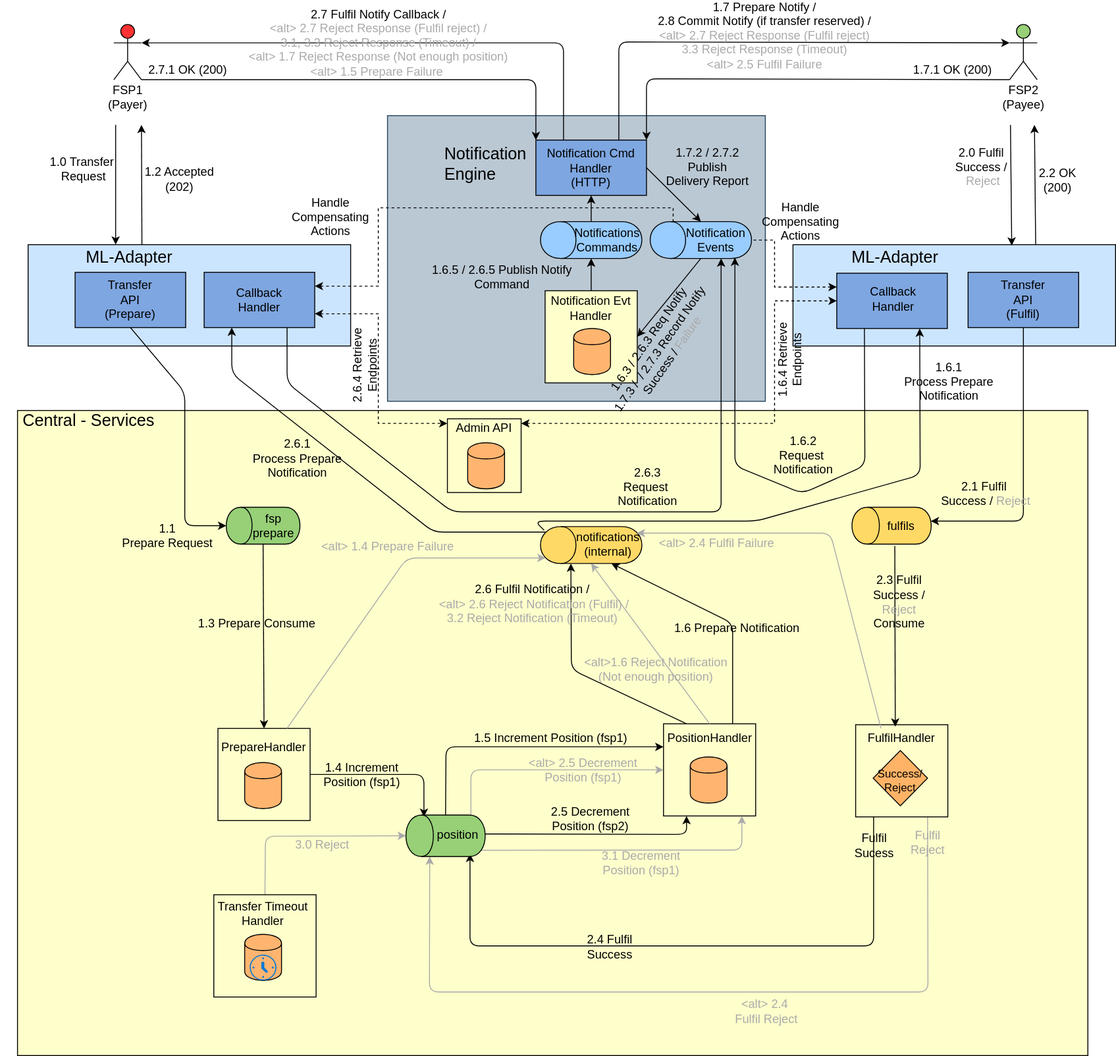
The draw.io diagram mojaloop-technical-overview/notifications/assets/diagrams/Transfers-Arch-End-to-End-with-Notify-Engine-v2.0.svg in mojaloop/documentation, before a commit. Source tidied: cells renumbered, new cells last; positions are measured from the earlier drawing's top-left corner, leaving out a move shared by most shapes.
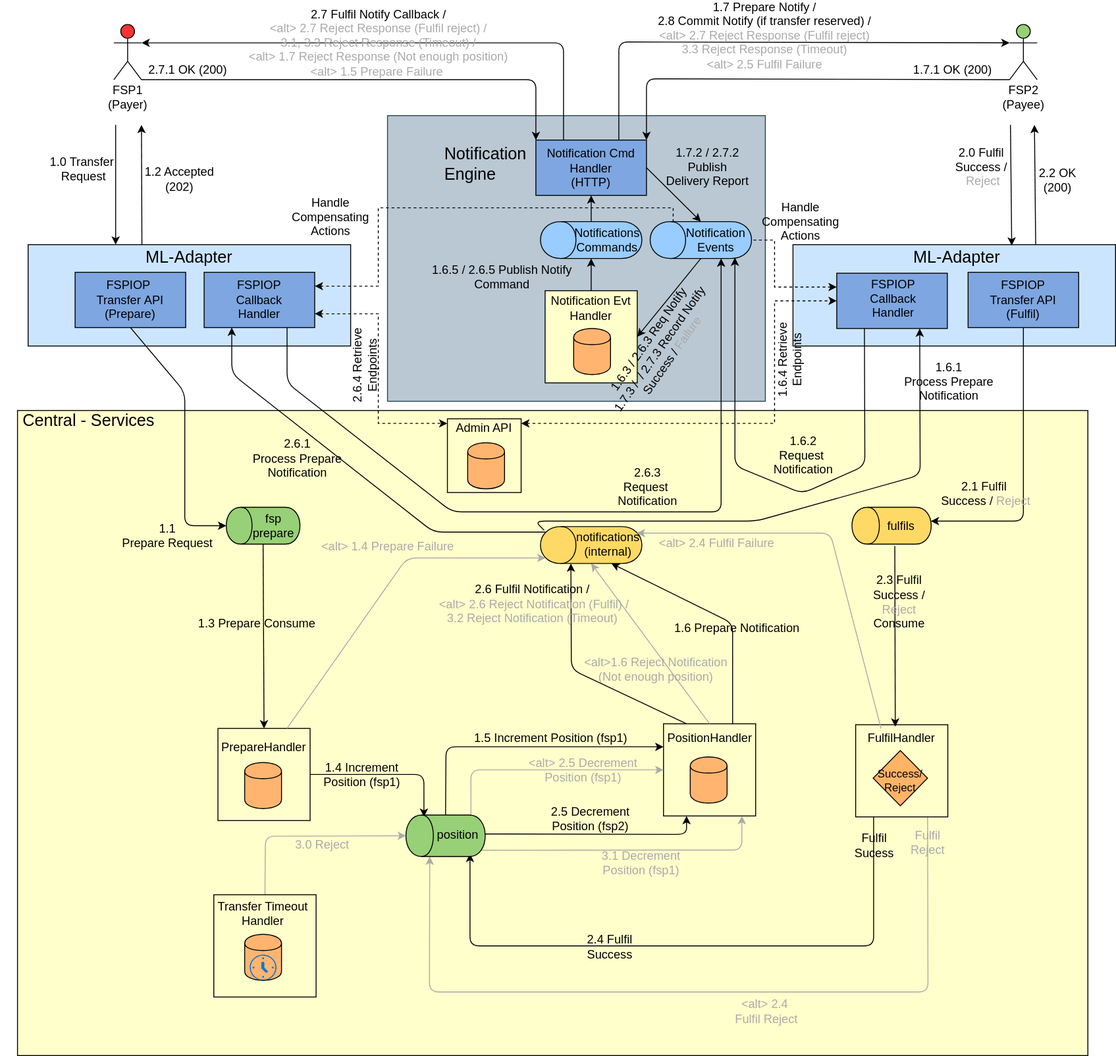
Later version of the same file.

Commit message:
updated notify design v2

What changed in the source:
```diff
@@ -18,7 +18,7 @@
       <mxGeometry x="480" y="141.5" width="129.5" height="20" as="geometry" />
     </mxCell>
     <mxCell id="7" value="&lt;font style=&quot;font-size: 18px&quot;&gt;ML-Adapter&lt;/font&gt;" style="text;html=1;strokeColor=none;fillColor=none;align=center;verticalAlign=middle;whiteSpace=wrap;rounded=0;" parent="1" vertex="1">
-      <mxGeometry x="860.5" y="243" width="220" height="20" as="geometry" />
+      <mxGeometry x="928" y="243" width="220" height="20" as="geometry" />
     </mxCell>
     <mxCell id="8" style="endArrow=classic;html=1;fontSize=12;entryX=0;entryY=0.25;exitX=1;exitY=0.5;" parent="1" edge="1" source="87" target="15">
       <mxGeometry relative="1" as="geometry">
@@ -182,9 +182,9 @@
       <mxGeometry x="30" y="239" width="350" height="110" as="geometry" />
     </mxCell>
     <mxCell id="39" value="&lt;font style=&quot;font-size: 18px&quot;&gt;ML-Adapter&lt;/font&gt;" style="text;html=1;strokeColor=none;fillColor=none;align=center;verticalAlign=middle;whiteSpace=wrap;rounded=0;" parent="1" vertex="1">
-      <mxGeometry x="30" y="243" width="220" height="20" as="geometry" />
+      <mxGeometry x="95" y="243" width="220" height="20" as="geometry" />
     </mxCell>
-    <mxCell id="40" value="Transfer&lt;br style=&quot;font-size: 13px&quot;&gt;API&lt;br&gt;(Prepare)" style="rounded=0;whiteSpace=wrap;html=1;fillColor=#7EA6E0;fontSize=13;" parent="1" vertex="1">
+    <mxCell id="40" value="FSPIOP&amp;nbsp;&lt;br&gt;Transfer&amp;nbsp;API&lt;br&gt;(Prepare)" style="rounded=0;whiteSpace=wrap;html=1;fillColor=#7EA6E0;fontSize=13;" parent="1" vertex="1">
       <mxGeometry x="81" y="269" width="120" height="60" as="geometry" />
     </mxCell>
     <mxCell id="41" style="shape=cylinder;whiteSpace=wrap;html=1;boundedLbl=1;rotation=-90;fillColor=#97D077;" parent="1" vertex="1">
@@ -247,7 +247,7 @@
     <mxCell id="54" style="rounded=0;whiteSpace=wrap;html=1;fillColor=#7EA6E0;fontSize=12;" parent="1" vertex="1">
       <mxGeometry x="907.5" y="270" width="120" height="60" as="geometry" />
     </mxCell>
-    <mxCell id="55" value="Callback&lt;br&gt;Handler" style="text;html=1;strokeColor=none;fillColor=none;align=center;verticalAlign=middle;whiteSpace=wrap;rounded=0;fontSize=13;" parent="1" vertex="1">
+    <mxCell id="55" value="FSPIOP&lt;br&gt;Callback&lt;br&gt;Handler" style="text;html=1;strokeColor=none;fillColor=none;align=center;verticalAlign=middle;whiteSpace=wrap;rounded=0;fontSize=13;" parent="1" vertex="1">
       <mxGeometry x="933" y="288" width="72" height="20" as="geometry" />
     </mxCell>
     <mxCell id="56" style="endArrow=classic;html=1;fontSize=12;exitX=0.75;exitY=0;exitDx=0;exitDy=0;entryX=0;entryY=0.3333333333333333;entryDx=0;entryDy=0;entryPerimeter=0;" parent="1" edge="1" source="90" target="48">
@@ -469,7 +469,7 @@
     <mxCell id="106" style="shape=cylinder;whiteSpace=wrap;html=1;boundedLbl=1;fillColor=#FFB570;fontSize=12;" parent="1" vertex="1">
       <mxGeometry x="507" y="454" width="40" height="50" as="geometry" />
     </mxCell>
-    <mxCell id="107" value="Callback&lt;br&gt;Handler" style="rounded=0;whiteSpace=wrap;html=1;fillColor=#7EA6E0;fontSize=13;" parent="1" vertex="1">
+    <mxCell id="107" value="FSPIOP&lt;br&gt;Callback&lt;br&gt;Handler" style="rounded=0;whiteSpace=wrap;html=1;fillColor=#7EA6E0;fontSize=13;" parent="1" vertex="1">
       <mxGeometry x="221" y="269" width="120" height="60" as="geometry" />
     </mxCell>
     <mxCell id="108" style="edgeStyle=orthogonalEdgeStyle;rounded=0;jettySize=auto;html=1;horizontal=0;startArrow=classic;startFill=1;endArrow=classic;endFill=1;exitX=1;exitY=0.75;exitDx=0;exitDy=0;dashed=1;entryX=0;entryY=0.25;entryDx=0;entryDy=0;" parent="1" edge="1" source="107" target="105">
@@ -507,7 +507,7 @@
         <mxPoint x="-62.8" y="-26" as="offset" />
       </mxGeometry>
     </mxCell>
-    <mxCell id="113" value="Transfer&lt;br&gt;API&lt;br&gt;(Fulfil)" style="rounded=0;whiteSpace=wrap;html=1;fillColor=#7EA6E0;fontSize=13;" parent="1" vertex="1">
+    <mxCell id="113" value="FSPIOP &lt;br&gt;Transfer API&lt;br&gt;(Fulfil)" style="rounded=0;whiteSpace=wrap;html=1;fillColor=#7EA6E0;fontSize=13;" parent="1" vertex="1">
       <mxGeometry x="1050" y="269" width="120" height="60" as="geometry" />
     </mxCell>
     <mxCell id="114" style="endArrow=classic;html=1;fontSize=12;exitX=0.25;exitY=1;exitDx=0;exitDy=0;entryX=0.025;entryY=0.836;entryDx=0;entryDy=0;entryPerimeter=0;" parent="1" edge="1" source="54" target="96">
```
